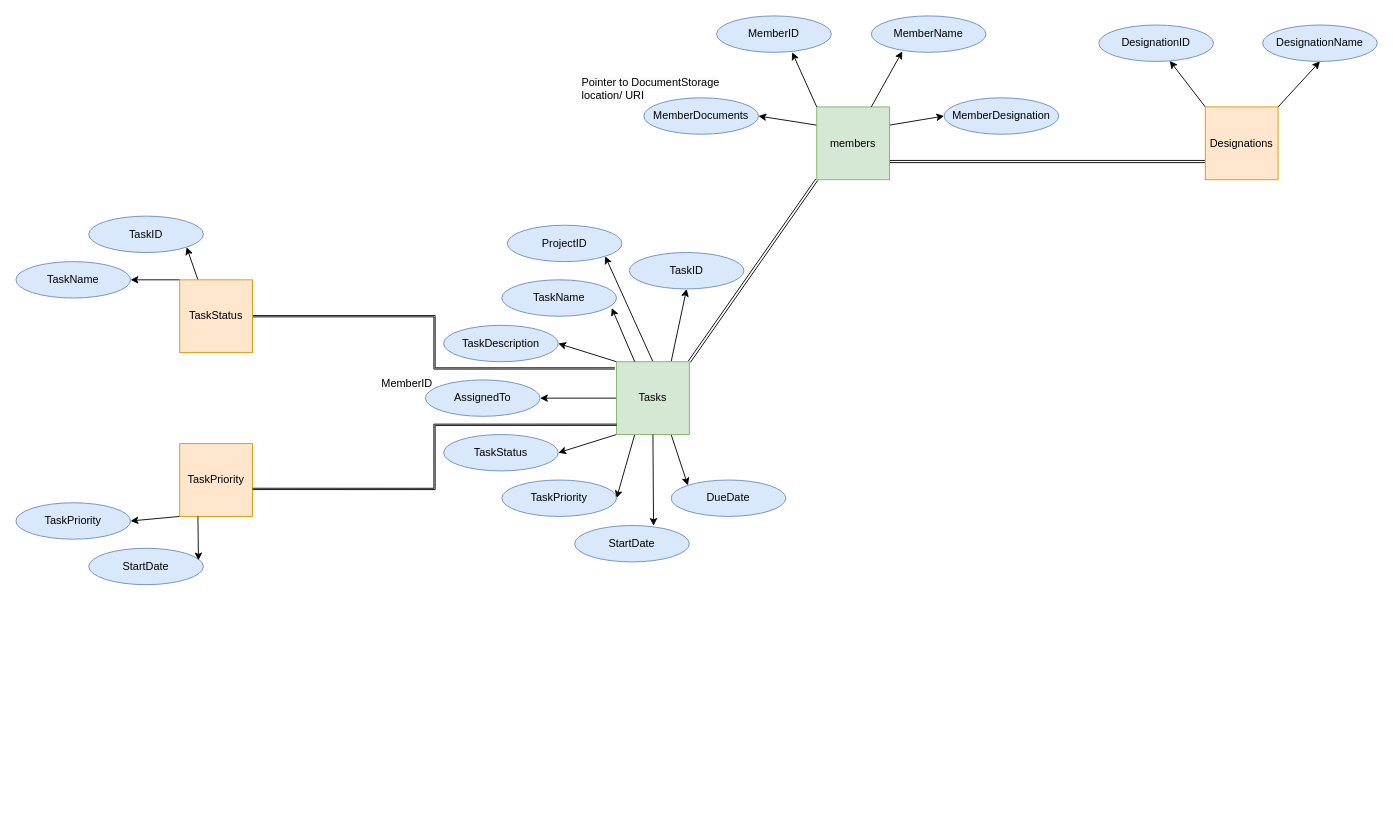
last-brain-cell/draw.io_drawings keeps this draw.io diagram as UVERP.drawio. Above is the earlier version. Source tidied: cells renumbered, new cells numbered last; positions are measured from the earlier drawing's top-left corner, leaving out a move shared by most shapes. Both pictures are drawn from the tidied source at 91%, with x=0, y=0 at pixel (15, 15).
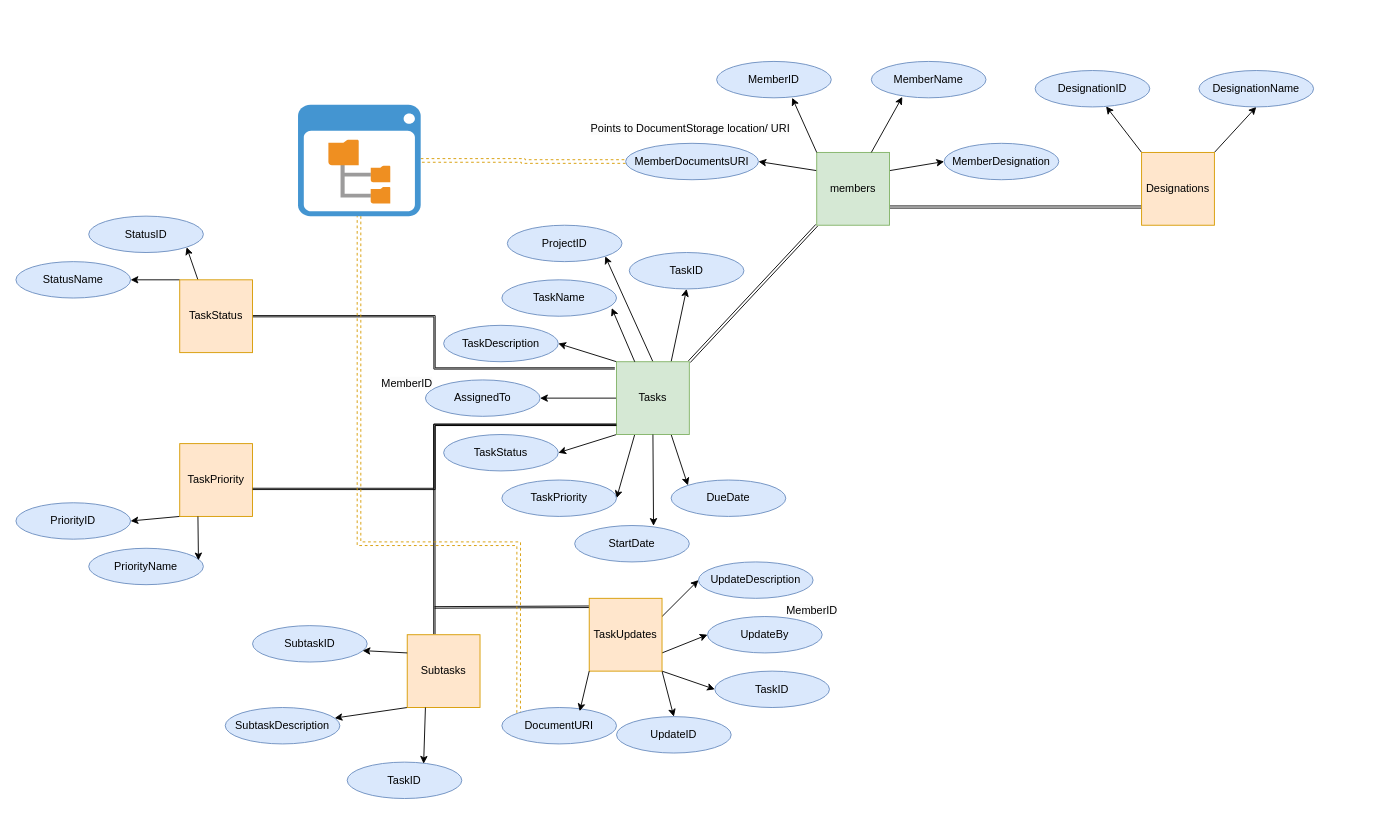
Above is the later version.

The change refers to these unchanged cells:
```xml
<mxCell id="27" value="Tasks" style="whiteSpace=wrap;html=1;fillColor=#d5e8d4;strokeColor=#82b366;" parent="1" vertex="1">
  <mxGeometry x="660" y="380" width="80" height="80" as="geometry" />
</mxCell>
```

What changed in the source:
```diff
@@
     <mxCell id="6" value="members" style="whiteSpace=wrap;html=1;fillColor=#d5e8d4;strokeColor=#82b366;" parent="1" vertex="1">
-      <mxGeometry x="880" y="100" width="80" height="80" as="geometry" />
+      <mxGeometry x="880" y="150" width="80" height="80" as="geometry" />
     </mxCell>
     <mxCell id="7" value="MemberID" style="ellipse;whiteSpace=wrap;html=1;fillColor=#dae8fc;strokeColor=#6c8ebf;" parent="1" vertex="1">
-      <mxGeometry x="770" width="126" height="40" as="geometry" />
+      <mxGeometry x="770" y="50" width="126" height="40" as="geometry" />
     </mxCell>
     <mxCell id="8" value="MemberName" style="ellipse;whiteSpace=wrap;html=1;fillColor=#dae8fc;strokeColor=#6c8ebf;" parent="1" vertex="1">
-      <mxGeometry x="940" width="126" height="40" as="geometry" />
+      <mxGeometry x="940" y="50" width="126" height="40" as="geometry" />
     </mxCell>
     <mxCell id="9" value="MemberDesignation" style="ellipse;whiteSpace=wrap;html=1;fillColor=#dae8fc;strokeColor=#6c8ebf;" parent="1" vertex="1">
-      <mxGeometry x="1020" y="90" width="126" height="40" as="geometry" />
+      <mxGeometry x="1020" y="140" width="126" height="40" as="geometry" />
     </mxCell>
+    <mxCell id="51" style="edgeStyle=orthogonalEdgeStyle;rounded=0;jettySize=auto;html=1;exitX=0;exitY=0.5;exitDx=0;exitDy=0;dashed=1;shape=link;fillColor=#ffe6cc;strokeColor=#d79b00;" parent="1" edge="1" source="10" target="53">
+      <mxGeometry relative="1" as="geometry" />
+    </mxCell>
-    <mxCell id="10" value="MemberDocuments" style="ellipse;whiteSpace=wrap;html=1;fillColor=#dae8fc;strokeColor=#6c8ebf;" parent="1" vertex="1">
-      <mxGeometry x="690" y="90" width="126" height="40" as="geometry" />
+    <mxCell id="10" value="MemberDocumentsURI" style="ellipse;whiteSpace=wrap;html=1;fillColor=#dae8fc;strokeColor=#6c8ebf;" parent="1" vertex="1">
+      <mxGeometry x="670" y="140" width="146" height="40" as="geometry" />
     </mxCell>
@@
     <mxCell id="15" value="Designations" style="whiteSpace=wrap;html=1;fillColor=#ffe6cc;strokeColor=#d79b00;" parent="1" vertex="1">
-      <mxGeometry x="1307" y="100" width="80" height="80" as="geometry" />
+      <mxGeometry x="1237" y="150" width="80" height="80" as="geometry" />
     </mxCell>
     <mxCell id="16" value="DesignationID" style="ellipse;whiteSpace=wrap;html=1;fillColor=#dae8fc;strokeColor=#6c8ebf;" parent="1" vertex="1">
-      <mxGeometry x="1190" y="10" width="126" height="40" as="geometry" />
+      <mxGeometry x="1120" y="60" width="126" height="40" as="geometry" />
     </mxCell>
     <mxCell id="17" value="DesignationName" style="ellipse;whiteSpace=wrap;html=1;fillColor=#dae8fc;strokeColor=#6c8ebf;" parent="1" vertex="1">
-      <mxGeometry x="1370" y="10" width="126" height="40" as="geometry" />
+      <mxGeometry x="1300" y="60" width="126" height="40" as="geometry" />
     </mxCell>
-    <mxCell id="18" value="&lt;span style=&quot;color: rgb(0, 0, 0); font-family: Helvetica; font-size: 12px; font-style: normal; font-variant-ligatures: normal; font-variant-caps: normal; font-weight: 400; letter-spacing: normal; orphans: 2; text-align: center; text-indent: 0px; text-transform: none; widows: 2; word-spacing: 0px; -webkit-text-stroke-width: 0px; white-space: normal; background-color: rgb(251, 251, 251); text-decoration-thickness: initial; text-decoration-style: initial; text-decoration-color: initial; display: inline !important; float: none;&quot;&gt;Pointer to DocumentStorage location/ URI&lt;/span&gt;" style="text;whiteSpace=wrap;html=1;" parent="1" vertex="1">
-      <mxGeometry x="620" y="60" width="180" height="40" as="geometry" />
+    <mxCell id="18" value="&lt;span style=&quot;color: rgb(0, 0, 0); font-family: Helvetica; font-size: 12px; font-style: normal; font-variant-ligatures: normal; font-variant-caps: normal; font-weight: 400; letter-spacing: normal; orphans: 2; text-align: center; text-indent: 0px; text-transform: none; widows: 2; word-spacing: 0px; -webkit-text-stroke-width: 0px; white-space: normal; background-color: rgb(251, 251, 251); text-decoration-thickness: initial; text-decoration-style: initial; text-decoration-color: initial; display: inline !important; float: none;&quot;&gt;Points to DocumentStorage location/ URI&lt;/span&gt;" style="text;whiteSpace=wrap;html=1;" parent="1" vertex="1">
+      <mxGeometry x="630" y="110" width="230" height="40" as="geometry" />
     </mxCell>
@@
+    <mxCell id="52" style="edgeStyle=orthogonalEdgeStyle;rounded=0;jettySize=auto;html=1;exitX=-0.005;exitY=0.868;exitDx=0;exitDy=0;shape=link;width=-1.4893617021276597;exitPerimeter=0;entryX=0.373;entryY=-0.007;entryDx=0;entryDy=0;entryPerimeter=0;" parent="1" edge="1" source="27" target="55">
+      <mxGeometry relative="1" as="geometry">
+        <Array as="points">
+          <mxPoint x="460" y="449" />
+          <mxPoint x="460" y="679" />
+        </Array>
+      </mxGeometry>
+    </mxCell>
@@
-    <mxCell id="42" value="TaskName" style="ellipse;whiteSpace=wrap;html=1;fillColor=#dae8fc;strokeColor=#6c8ebf;" parent="1" vertex="1">
+    <mxCell id="42" value="StatusName" style="ellipse;whiteSpace=wrap;html=1;fillColor=#dae8fc;strokeColor=#6c8ebf;" parent="1" vertex="1">
       <mxGeometry y="270" width="126" height="40" as="geometry" />
     </mxCell>
-    <mxCell id="43" value="TaskID" style="ellipse;whiteSpace=wrap;html=1;fillColor=#dae8fc;strokeColor=#6c8ebf;" parent="1" vertex="1">
+    <mxCell id="43" value="StatusID" style="ellipse;whiteSpace=wrap;html=1;fillColor=#dae8fc;strokeColor=#6c8ebf;" parent="1" vertex="1">
       <mxGeometry x="80" y="220" width="126" height="40" as="geometry" />
     </mxCell>
-    <mxCell id="44" value="TaskPriority" style="ellipse;whiteSpace=wrap;html=1;fillColor=#dae8fc;strokeColor=#6c8ebf;" parent="1" vertex="1">
+    <mxCell id="44" value="PriorityID" style="ellipse;whiteSpace=wrap;html=1;fillColor=#dae8fc;strokeColor=#6c8ebf;" parent="1" vertex="1">
       <mxGeometry y="535" width="126" height="40" as="geometry" />
     </mxCell>
-    <mxCell id="45" value="StartDate" style="ellipse;whiteSpace=wrap;html=1;fillColor=#dae8fc;strokeColor=#6c8ebf;" parent="1" vertex="1">
+    <mxCell id="45" value="PriorityName" style="ellipse;whiteSpace=wrap;html=1;fillColor=#dae8fc;strokeColor=#6c8ebf;" parent="1" vertex="1">
       <mxGeometry x="80" y="585" width="126" height="40" as="geometry" />
     </mxCell>
@@
+    <mxCell id="53" style="shadow=0;dashed=0;html=1;strokeColor=none;fillColor=#4495D1;labelPosition=center;verticalLabelPosition=bottom;verticalAlign=top;align=center;outlineConnect=0;shape=mxgraph.veeam.2d.file_system_browser;" parent="1" vertex="1">
+      <mxGeometry x="310" y="97.6" width="134.8" height="122.4" as="geometry" />
+    </mxCell>
+    <mxCell id="54" style="rounded=0;jettySize=auto;html=1;exitX=0;exitY=1;exitDx=0;exitDy=0;" parent="1" edge="1" source="55" target="57">
+      <mxGeometry relative="1" as="geometry" />
+    </mxCell>
+    <mxCell id="55" value="Subtasks" style="whiteSpace=wrap;html=1;fillColor=#ffe6cc;strokeColor=#d79b00;" parent="1" vertex="1">
+      <mxGeometry x="430" y="680" width="80" height="80" as="geometry" />
+    </mxCell>
+    <mxCell id="56" value="SubtaskID" style="ellipse;whiteSpace=wrap;html=1;fillColor=#dae8fc;strokeColor=#6c8ebf;" parent="1" vertex="1">
+      <mxGeometry x="260" y="670" width="126" height="40" as="geometry" />
+    </mxCell>
+    <mxCell id="57" value="SubtaskDescription" style="ellipse;whiteSpace=wrap;html=1;fillColor=#dae8fc;strokeColor=#6c8ebf;" parent="1" vertex="1">
+      <mxGeometry x="230" y="760" width="126" height="40" as="geometry" />
+    </mxCell>
+    <mxCell id="58" value="TaskID" style="ellipse;whiteSpace=wrap;html=1;fillColor=#dae8fc;strokeColor=#6c8ebf;" parent="1" vertex="1">
+      <mxGeometry x="364" y="820" width="126" height="40" as="geometry" />
+    </mxCell>
+    <mxCell id="59" style="rounded=0;jettySize=auto;html=1;exitX=0;exitY=0.25;exitDx=0;exitDy=0;entryX=0.96;entryY=0.686;entryDx=0;entryDy=0;entryPerimeter=0;" parent="1" edge="1" source="55" target="56">
+      <mxGeometry relative="1" as="geometry" />
+    </mxCell>
+    <mxCell id="60" style="rounded=0;jettySize=auto;html=1;exitX=0.25;exitY=1;exitDx=0;exitDy=0;entryX=0.667;entryY=0.043;entryDx=0;entryDy=0;entryPerimeter=0;" parent="1" edge="1" source="55" target="58">
+      <mxGeometry relative="1" as="geometry" />
+    </mxCell>
+    <mxCell id="61" style="rounded=0;jettySize=auto;html=1;exitX=1;exitY=0.25;exitDx=0;exitDy=0;entryX=0;entryY=0.5;entryDx=0;entryDy=0;" parent="1" edge="1" source="65" target="68">
+      <mxGeometry relative="1" as="geometry" />
+    </mxCell>
+    <mxCell id="62" style="rounded=0;jettySize=auto;html=1;exitX=1;exitY=0.75;exitDx=0;exitDy=0;entryX=0;entryY=0.5;entryDx=0;entryDy=0;" parent="1" edge="1" source="65" target="70">
+      <mxGeometry relative="1" as="geometry" />
+    </mxCell>
+    <mxCell id="63" style="rounded=0;jettySize=auto;html=1;exitX=1;exitY=1;exitDx=0;exitDy=0;entryX=0;entryY=0.5;entryDx=0;entryDy=0;" parent="1" edge="1" source="65" target="67">
+      <mxGeometry relative="1" as="geometry" />
+    </mxCell>
+    <mxCell id="64" style="rounded=0;jettySize=auto;html=1;exitX=1;exitY=1;exitDx=0;exitDy=0;entryX=0.5;entryY=0;entryDx=0;entryDy=0;" parent="1" edge="1" source="65" target="66">
+      <mxGeometry relative="1" as="geometry" />
+    </mxCell>
+    <mxCell id="65" value="TaskUpdates" style="whiteSpace=wrap;html=1;fillColor=#ffe6cc;strokeColor=#d79b00;" parent="1" vertex="1">
+      <mxGeometry x="630" y="640" width="80" height="80" as="geometry" />
+    </mxCell>
+    <mxCell id="66" value="UpdateID" style="ellipse;whiteSpace=wrap;html=1;fillColor=#dae8fc;strokeColor=#6c8ebf;" parent="1" vertex="1">
+      <mxGeometry x="660" y="770" width="126" height="40" as="geometry" />
+    </mxCell>
+    <mxCell id="67" value="TaskID" style="ellipse;whiteSpace=wrap;html=1;fillColor=#dae8fc;strokeColor=#6c8ebf;" parent="1" vertex="1">
+      <mxGeometry x="768" y="720" width="126" height="40" as="geometry" />
+    </mxCell>
+    <mxCell id="68" value="UpdateDescription" style="ellipse;whiteSpace=wrap;html=1;fillColor=#dae8fc;strokeColor=#6c8ebf;" parent="1" vertex="1">
+      <mxGeometry x="750" y="600" width="126" height="40" as="geometry" />
+    </mxCell>
+    <mxCell id="69" style="group;" parent="1" vertex="1">
+      <mxGeometry x="760" y="640" width="175" height="60" as="geometry" />
+    </mxCell>
+    <mxCell id="70" value="UpdateBy" style="ellipse;whiteSpace=wrap;html=1;fillColor=#dae8fc;strokeColor=#6c8ebf;" parent="69" vertex="1">
+      <mxGeometry y="20" width="126" height="40" as="geometry" />
+    </mxCell>
+    <mxCell id="71" value="&lt;span style=&quot;color: rgb(0, 0, 0); font-family: Helvetica; font-size: 12px; font-style: normal; font-variant-ligatures: normal; font-variant-caps: normal; font-weight: 400; letter-spacing: normal; orphans: 2; text-align: center; text-indent: 0px; text-transform: none; widows: 2; word-spacing: 0px; -webkit-text-stroke-width: 0px; white-space: normal; background-color: rgb(251, 251, 251); text-decoration-thickness: initial; text-decoration-style: initial; text-decoration-color: initial; display: inline !important; float: none;&quot;&gt;MemberID&lt;/span&gt;" style="text;whiteSpace=wrap;html=1;" parent="69" vertex="1">
+      <mxGeometry x="85" width="90" height="40" as="geometry" />
+    </mxCell>
+    <mxCell id="72" style="endArrow=none;html=1;rounded=0;shape=link;entryX=-0.005;entryY=0.116;entryDx=0;entryDy=0;entryPerimeter=0;width=-1.7073170731707314;" parent="1" edge="1" target="65">
+      <mxGeometry relative="1" as="geometry">
+        <mxPoint x="460" y="650" as="sourcePoint" />
+      </mxGeometry>
+    </mxCell>
+    <mxCell id="73" style="edgeStyle=orthogonalEdgeStyle;rounded=0;jettySize=auto;html=1;exitX=0;exitY=0;exitDx=0;exitDy=0;dashed=1;shape=link;fillColor=#ffe6cc;strokeColor=#d79b00;" parent="1" edge="1" source="74" target="53">
+      <mxGeometry relative="1" as="geometry">
+        <Array as="points">
+          <mxPoint x="553" y="580" />
+          <mxPoint x="377" y="580" />
+        </Array>
+      </mxGeometry>
+    </mxCell>
+    <mxCell id="74" value="DocumentURI" style="ellipse;whiteSpace=wrap;html=1;fillColor=#dae8fc;strokeColor=#6c8ebf;" parent="1" vertex="1">
+      <mxGeometry x="534" y="760" width="126" height="40" as="geometry" />
+    </mxCell>
+    <mxCell id="75" style="rounded=0;jettySize=auto;html=1;exitX=0;exitY=1;exitDx=0;exitDy=0;entryX=0.679;entryY=0.101;entryDx=0;entryDy=0;entryPerimeter=0;" parent="1" edge="1" source="65" target="74">
+      <mxGeometry relative="1" as="geometry" />
+    </mxCell>
```
